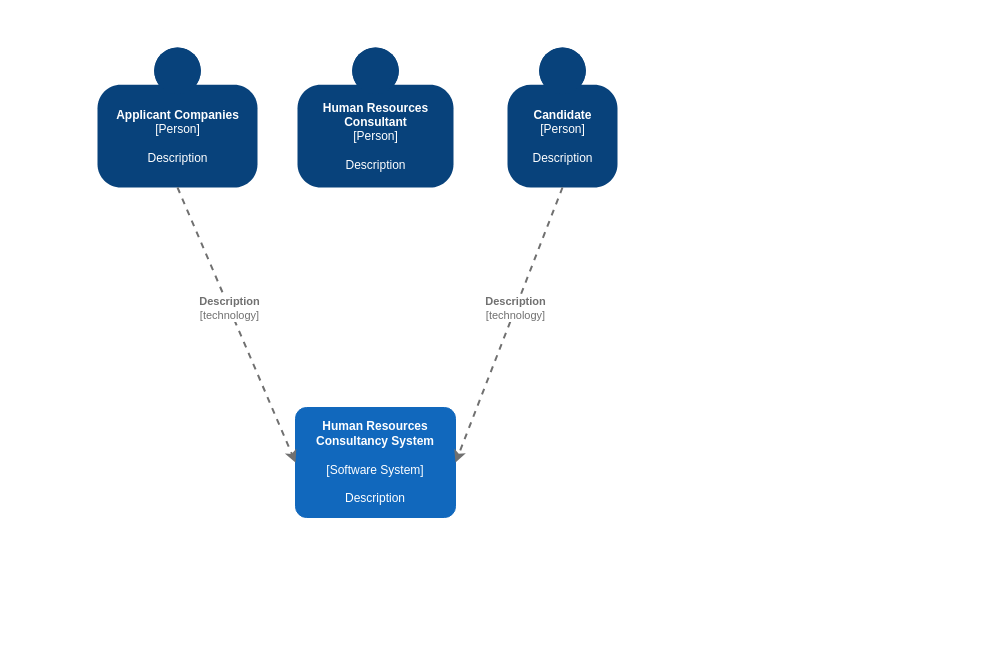
sglbl/CSE-101 keeps this draw.io diagram as c4.drawio. Above is the earlier version. Source tidied: cells renumbered, new cells numbered last; positions are measured from the earlier drawing's top-left corner, leaving out a move shared by most shapes. Both pictures are drawn from the tidied source at 100%, with x=0, y=0 at pixel (97, 47).
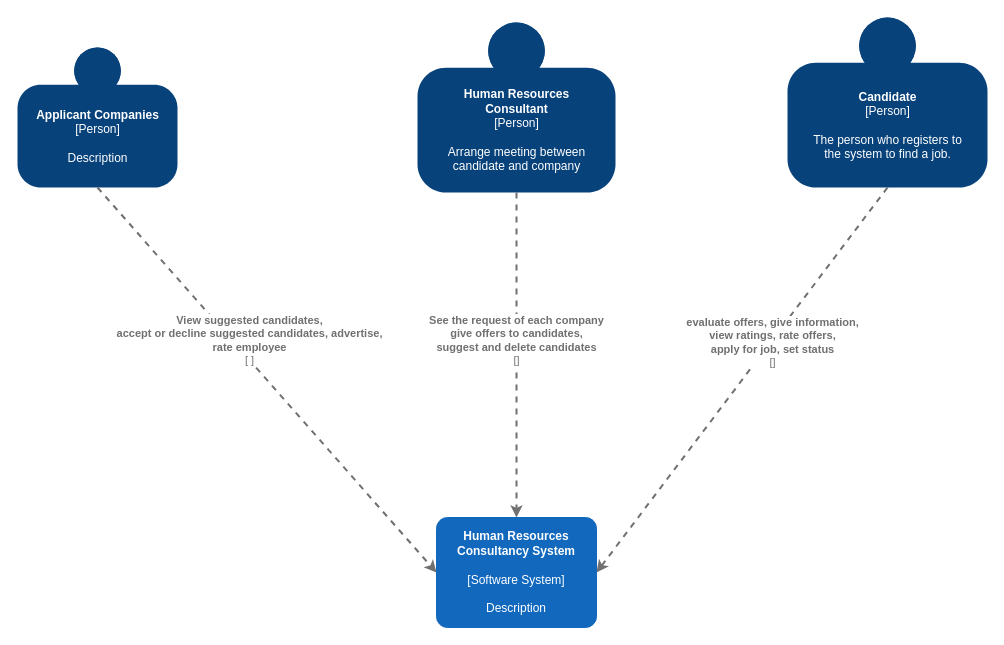
Above is the later version.

Change to the diagram source:
```diff
@@
 <mxGraphModel>
   <root>
     <mxCell id="0" />
     <mxCell id="1" parent="0" />
     <object id="2" label="&lt;b&gt;%c4Name%&lt;/b&gt;&lt;div&gt;[%c4Type%]&lt;/div&gt;&lt;br&gt;&lt;div&gt;%c4Description%&lt;/div&gt;" c4Description="Description" c4Name="Applicant Companies" c4Type="Person" placeholders="1">
       <mxCell style="html=1;dashed=0;whitespace=wrap;fillColor=#08427b;strokeColor=none;fontColor=#ffffff;shape=mxgraph.c4.person;align=center;points=[[0.5,0,0],[1,0.5,0],[1,0.75,0],[0.75,1,0],[0.5,1,0],[0.25,1,0],[0,0.75,0],[0,0.5,0]];metaData={&quot;c4Type&quot;:{&quot;editable&quot;:false}};" parent="1" vertex="1">
-        <mxGeometry width="160" height="140" as="geometry" />
+        <mxGeometry x="-80" width="160" height="140" as="geometry" />
       </mxCell>
     </object>
-    <object id="3" label="&lt;b&gt;%c4Name%&lt;/b&gt;&lt;div&gt;[%c4Type%]&lt;/div&gt;&lt;br&gt;&lt;div&gt;%c4Description%&lt;/div&gt;" c4Description="Description" c4Name="Candidate" c4Type="Person" placeholders="1">
+    <object id="3" label="&lt;b&gt;%c4Name%&lt;/b&gt;&lt;div&gt;[%c4Type%]&lt;/div&gt;&lt;br&gt;&lt;div&gt;%c4Description%&lt;/div&gt;" c4Description="The person who registers to&#10;the system to find a job." c4Name="Candidate" c4Type="Person" placeholders="1">
       <mxCell style="html=1;dashed=0;whitespace=wrap;fillColor=#08427b;strokeColor=none;fontColor=#ffffff;shape=mxgraph.c4.person;align=center;points=[[0.5,0,0],[1,0.5,0],[1,0.75,0],[0.75,1,0],[0.5,1,0],[0.25,1,0],[0,0.75,0],[0,0.5,0]];metaData={&quot;c4Type&quot;:{&quot;editable&quot;:false}};" parent="1" vertex="1">
-        <mxGeometry x="410" width="110" height="140" as="geometry" />
+        <mxGeometry x="690" y="-30" width="200" height="170" as="geometry" />
       </mxCell>
     </object>
-    <object id="4" label="&lt;b&gt;%c4Name%&lt;/b&gt;&lt;div&gt;[%c4Type%]&lt;/div&gt;&lt;br&gt;&lt;div&gt;%c4Description%&lt;/div&gt;" c4Description="Description" c4Name="Human Resources &#10;Consultant" c4Type="Person" placeholders="1">
+    <object id="4" label="&lt;b&gt;%c4Name%&lt;/b&gt;&lt;div&gt;[%c4Type%]&lt;/div&gt;&lt;br&gt;&lt;div&gt;%c4Description%&lt;/div&gt;" c4Description="Arrange meeting between &#10;candidate and company" c4Name="Human Resources &#10;Consultant" c4Type="Person" placeholders="1">
       <mxCell style="html=1;dashed=0;whitespace=wrap;fillColor=#08427b;strokeColor=none;fontColor=#ffffff;shape=mxgraph.c4.person;align=center;points=[[0.5,0,0],[1,0.5,0],[1,0.75,0],[0.75,1,0],[0.5,1,0],[0.25,1,0],[0,0.75,0],[0,0.5,0]];metaData={&quot;c4Type&quot;:{&quot;editable&quot;:false}};" parent="1" vertex="1">
-        <mxGeometry x="200" width="156" height="140" as="geometry" />
+        <mxGeometry x="320" y="-25" width="198" height="170" as="geometry" />
       </mxCell>
     </object>
     <object id="5" label="&lt;b&gt;%c4Name%&lt;/b&gt;&lt;div&gt;[%c4Type%]&lt;/div&gt;&lt;br&gt;&lt;div&gt;%c4Description%&lt;/div&gt;" c4Description="Description" c4Name="Human Resources Consultancy System&#10;&#10;" c4Type="Software System" placeholders="1">
       <mxCell style="rounded=1;whiteSpace=wrap;html=1;labelBackgroundColor=none;fillColor=#1168BD;fontColor=#ffffff;align=center;arcSize=10;strokeColor=#1168BD;metaData={&quot;c4Type&quot;:{&quot;editable&quot;:false}};points=[[0.25,0,0],[0.5,0,0],[0.75,0,0],[1,0.25,0],[1,0.5,0],[1,0.75,0],[0.75,1,0],[0.5,1,0],[0.25,1,0],[0,0.75,0],[0,0.5,0],[0,0.25,0]];" parent="1" vertex="1">
-        <mxGeometry x="198" y="360" width="160" height="110" as="geometry" />
+        <mxGeometry x="339" y="470" width="160" height="110" as="geometry" />
       </mxCell>
     </object>
-    <object id="6" label="&lt;div style=&quot;text-align: left&quot;&gt;&lt;div style=&quot;text-align: center&quot;&gt;&lt;b&gt;%c4Description%&lt;/b&gt;&lt;/div&gt;&lt;div style=&quot;text-align: center&quot;&gt;[%c4Technology%]&lt;/div&gt;&lt;/div&gt;" c4Description="Description" c4Technology="technology" placeholders="1">
+    <object id="6" label="&lt;div style=&quot;text-align: left&quot;&gt;&lt;div style=&quot;text-align: center&quot;&gt;&lt;b&gt;%c4Description%&lt;/b&gt;&lt;/div&gt;&lt;div style=&quot;text-align: center&quot;&gt;[%c4Technology%]&lt;/div&gt;&lt;/div&gt;" c4Description="View suggested candidates,&#10;accept or decline suggested candidates, advertise,&#10;rate employee" c4Technology=" " placeholders="1">
       <mxCell style="edgeStyle=none;rounded=0;html=1;jettySize=auto;strokeColor=#707070;strokeWidth=2;fontColor=#707070;jumpStyle=none;dashed=1;metaData={&quot;c4Type&quot;:{&quot;editable&quot;:false}};entryX=0;entryY=0.5;entryDx=0;entryDy=0;entryPerimeter=0;exitX=0.5;exitY=1;exitDx=0;exitDy=0;exitPerimeter=0;" parent="1" edge="1" source="2" target="5">
-        <mxGeometry x="-0.12" relative="1" as="geometry" />
+        <mxGeometry x="-0.16" y="13" relative="1" as="geometry" />
       </mxCell>
     </object>
-    <object id="7" label="&lt;div style=&quot;text-align: left&quot;&gt;&lt;div style=&quot;text-align: center&quot;&gt;&lt;b&gt;%c4Description%&lt;/b&gt;&lt;/div&gt;&lt;div style=&quot;text-align: center&quot;&gt;[%c4Technology%]&lt;/div&gt;&lt;/div&gt;" c4Description="Description" c4Technology="technology" placeholders="1">
+    <object id="7" label="&lt;div style=&quot;text-align: left&quot;&gt;&lt;div style=&quot;text-align: center&quot;&gt;&lt;b&gt;%c4Description%&lt;/b&gt;&lt;/div&gt;&lt;div style=&quot;text-align: center&quot;&gt;[%c4Technology%]&lt;/div&gt;&lt;/div&gt;" c4Description="evaluate offers, give information, &#10;view ratings, rate offers, &#10;apply for job, set status" c4Technology="" placeholders="1">
       <mxCell style="edgeStyle=none;rounded=0;html=1;jettySize=auto;strokeColor=#707070;strokeWidth=2;fontColor=#707070;jumpStyle=none;dashed=1;metaData={&quot;c4Type&quot;:{&quot;editable&quot;:false}};entryX=1;entryY=0.5;entryDx=0;entryDy=0;entryPerimeter=0;exitX=0.5;exitY=1;exitDx=0;exitDy=0;exitPerimeter=0;" parent="1" edge="1" source="3" target="5">
-        <mxGeometry x="-0.12" relative="1" as="geometry" />
+        <mxGeometry x="-0.2" y="2" relative="1" as="geometry" />
       </mxCell>
     </object>
+    <object id="8" label="&lt;div style=&quot;text-align: left&quot;&gt;&lt;div style=&quot;text-align: center&quot;&gt;&lt;b&gt;%c4Description%&lt;/b&gt;&lt;/div&gt;&lt;div style=&quot;text-align: center&quot;&gt;[%c4Technology%]&lt;/div&gt;&lt;/div&gt;" c4Description="See the request of each company&#10;give offers to candidates,&#10;suggest and delete candidates" c4Technology="" placeholders="1">
+      <mxCell style="edgeStyle=none;rounded=0;html=1;entryX=0.5;entryY=0;jettySize=auto;strokeColor=#707070;strokeWidth=2;fontColor=#707070;jumpStyle=none;dashed=1;metaData={&quot;c4Type&quot;:{&quot;editable&quot;:false}};exitX=0.5;exitY=1;exitDx=0;exitDy=0;exitPerimeter=0;entryDx=0;entryDy=0;entryPerimeter=0;" parent="1" edge="1" source="4" target="5">
+        <mxGeometry x="-0.09" relative="1" as="geometry" />
+      </mxCell>
+    </object>
   </root>
 </mxGraphModel>
```
